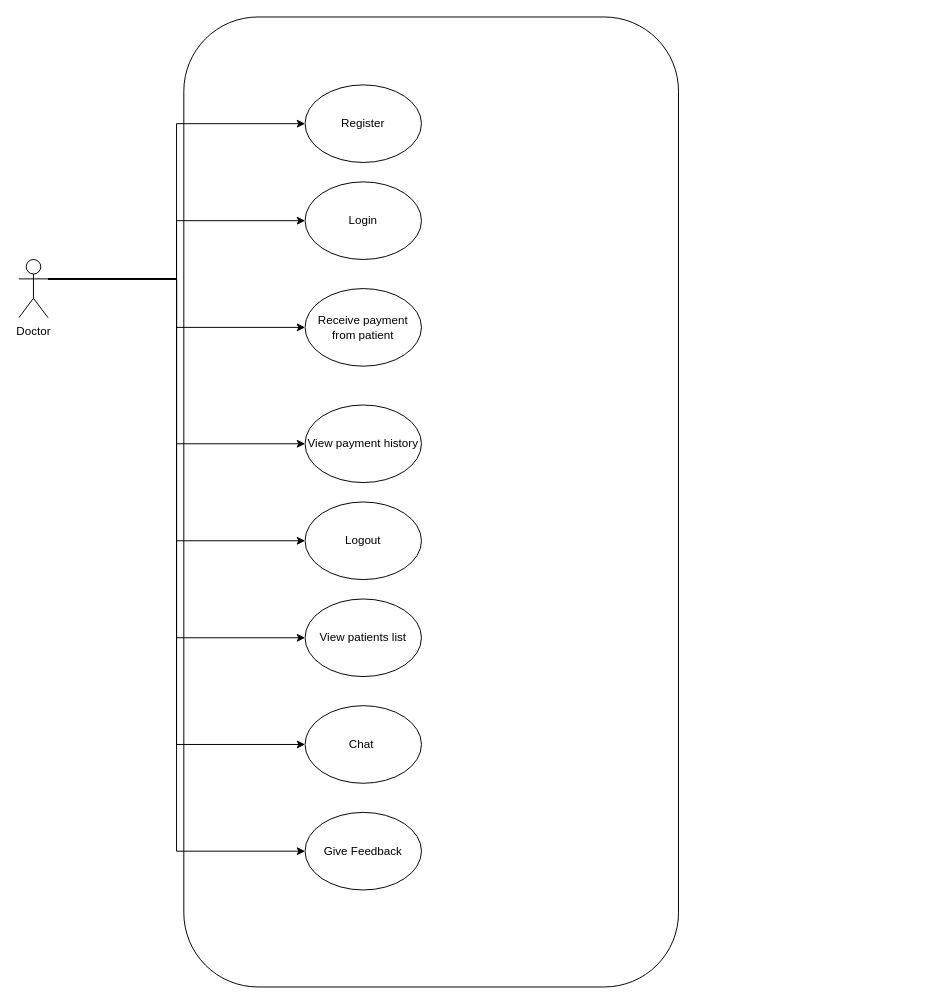
Earlier version of the draw.io diagram page "doctor" (2 of 5) of STQA.drawio (MohitBurkule/doctorconnect). Source tidied: cells renumbered, new cells numbered last; positions are measured from the earlier drawing's top-left corner, leaving out a move shared by most shapes. Both pictures are drawn from the tidied source at 97%, with x=0, y=0 at pixel (18, 16).
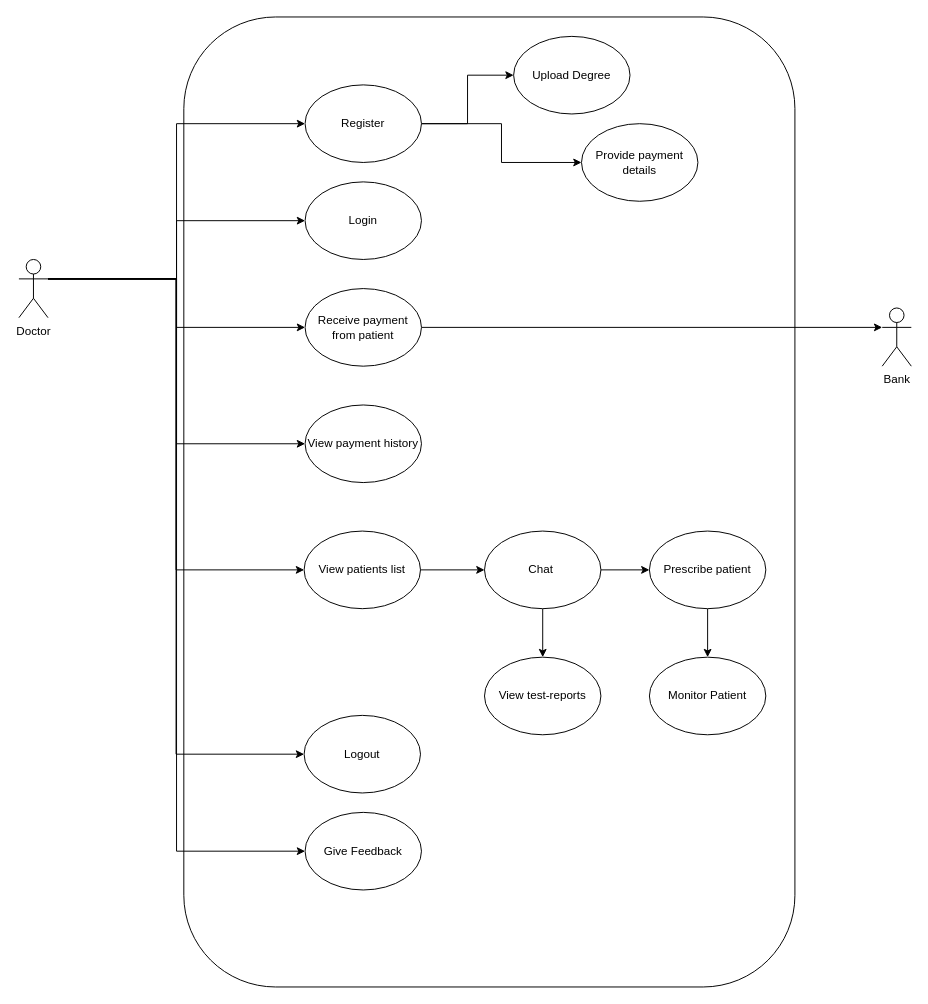
After the change.

Commit message:
completed doctor bubbles

Unchanged cells that the change refers to:
```xml
<mxCell id="11" value="Doctor" style="shape=umlActor;verticalLabelPosition=bottom;verticalAlign=top;html=1;outlineConnect=0;" parent="1" vertex="1">
  <mxGeometry y="250" width="30" height="60" as="geometry" />
</mxCell>
<mxCell id="12" value="Register" style="ellipse;whiteSpace=wrap;html=1;" parent="1" vertex="1">
  <mxGeometry x="295" y="70" width="120" height="80" as="geometry" />
</mxCell>
<mxCell id="14" value="Receive payment from patient" style="ellipse;whiteSpace=wrap;html=1;" parent="1" vertex="1">
  <mxGeometry x="295" y="280" width="120" height="80" as="geometry" />
</mxCell>
```

Diff of the diagram source:
```diff
@@
     <mxCell id="2" style="rounded=1;whiteSpace=wrap;html=1;" parent="1" vertex="1">
-      <mxGeometry x="170" width="510" height="1000" as="geometry" />
+      <mxGeometry x="170" width="630" height="1000" as="geometry" />
     </mxCell>
@@
-    <mxCell id="10" style="edgeStyle=orthogonalEdgeStyle;rounded=0;jettySize=auto;html=1;exitX=1;exitY=0.3333333333333333;exitDx=0;exitDy=0;exitPerimeter=0;entryX=0;entryY=0.5;entryDx=0;entryDy=0;" parent="1" edge="1" source="11" target="18">
-      <mxGeometry relative="1" as="geometry" />
-    </mxCell>
@@
+    <mxCell id="20" style="edgeStyle=orthogonalEdgeStyle;rounded=0;jettySize=auto;html=1;exitX=1;exitY=0.5;exitDx=0;exitDy=0;entryX=0;entryY=0.5;entryDx=0;entryDy=0;" parent="1" edge="1" source="12" target="26">
+      <mxGeometry relative="1" as="geometry" />
+    </mxCell>
+    <mxCell id="21" style="edgeStyle=orthogonalEdgeStyle;rounded=0;jettySize=auto;html=1;exitX=1;exitY=0.5;exitDx=0;exitDy=0;entryX=0;entryY=0.5;entryDx=0;entryDy=0;" parent="1" edge="1" source="12" target="27">
+      <mxGeometry relative="1" as="geometry" />
+    </mxCell>
@@
+    <mxCell id="22" style="edgeStyle=orthogonalEdgeStyle;rounded=0;jettySize=auto;html=1;exitX=1;exitY=0.5;exitDx=0;exitDy=0;entryX=0;entryY=0.3333333333333333;entryDx=0;entryDy=0;entryPerimeter=0;" parent="1" edge="1" source="14" target="28">
+      <mxGeometry relative="1" as="geometry" />
+    </mxCell>
@@
     <mxCell id="16" value="Logout" style="ellipse;whiteSpace=wrap;html=1;" parent="1" vertex="1">
-      <mxGeometry x="295" y="500" width="120" height="80" as="geometry" />
+      <mxGeometry x="294" y="720" width="120" height="80" as="geometry" />
     </mxCell>
+    <mxCell id="23" style="edgeStyle=orthogonalEdgeStyle;rounded=0;jettySize=auto;html=1;exitX=1;exitY=0.5;exitDx=0;exitDy=0;entryX=0;entryY=0.5;entryDx=0;entryDy=0;" parent="1" edge="1" source="17" target="18">
+      <mxGeometry relative="1" as="geometry" />
+    </mxCell>
     <mxCell id="17" value="View patients list" style="ellipse;whiteSpace=wrap;html=1;" parent="1" vertex="1">
-      <mxGeometry x="295" y="600" width="120" height="80" as="geometry" />
+      <mxGeometry x="294" y="530" width="120" height="80" as="geometry" />
     </mxCell>
+    <mxCell id="24" style="edgeStyle=orthogonalEdgeStyle;rounded=0;jettySize=auto;html=1;exitX=1;exitY=0.5;exitDx=0;exitDy=0;entryX=0;entryY=0.5;entryDx=0;entryDy=0;" parent="1" edge="1" source="18" target="30">
+      <mxGeometry relative="1" as="geometry" />
+    </mxCell>
+    <mxCell id="25" style="edgeStyle=orthogonalEdgeStyle;rounded=0;jettySize=auto;html=1;exitX=0.5;exitY=1;exitDx=0;exitDy=0;entryX=0.5;entryY=0;entryDx=0;entryDy=0;" parent="1" edge="1" source="18" target="32">
+      <mxGeometry relative="1" as="geometry" />
+    </mxCell>
     <mxCell id="18" value="Chat&amp;nbsp;" style="ellipse;whiteSpace=wrap;html=1;" parent="1" vertex="1">
-      <mxGeometry x="295" y="710" width="120" height="80" as="geometry" />
+      <mxGeometry x="480" y="530" width="120" height="80" as="geometry" />
     </mxCell>
@@
+    <mxCell id="26" value="Upload Degree" style="ellipse;whiteSpace=wrap;html=1;" parent="1" vertex="1">
+      <mxGeometry x="510" y="20" width="120" height="80" as="geometry" />
+    </mxCell>
+    <mxCell id="27" value="Provide payment details" style="ellipse;whiteSpace=wrap;html=1;" parent="1" vertex="1">
+      <mxGeometry x="580" y="110" width="120" height="80" as="geometry" />
+    </mxCell>
+    <mxCell id="28" value="Bank" style="shape=umlActor;verticalLabelPosition=bottom;verticalAlign=top;html=1;outlineConnect=0;" parent="1" vertex="1">
+      <mxGeometry x="890" y="300" width="30" height="60" as="geometry" />
+    </mxCell>
+    <mxCell id="29" style="edgeStyle=orthogonalEdgeStyle;rounded=0;jettySize=auto;html=1;exitX=0.5;exitY=1;exitDx=0;exitDy=0;entryX=0.5;entryY=0;entryDx=0;entryDy=0;" parent="1" edge="1" source="30" target="31">
+      <mxGeometry relative="1" as="geometry" />
+    </mxCell>
+    <mxCell id="30" value="Prescribe patient" style="ellipse;whiteSpace=wrap;html=1;" parent="1" vertex="1">
+      <mxGeometry x="650" y="530" width="120" height="80" as="geometry" />
+    </mxCell>
+    <mxCell id="31" value="Monitor Patient" style="ellipse;whiteSpace=wrap;html=1;" parent="1" vertex="1">
+      <mxGeometry x="650" y="660" width="120" height="80" as="geometry" />
+    </mxCell>
+    <mxCell id="32" value="View test-reports" style="ellipse;whiteSpace=wrap;html=1;" parent="1" vertex="1">
+      <mxGeometry x="480" y="660" width="120" height="80" as="geometry" />
+    </mxCell>
```
